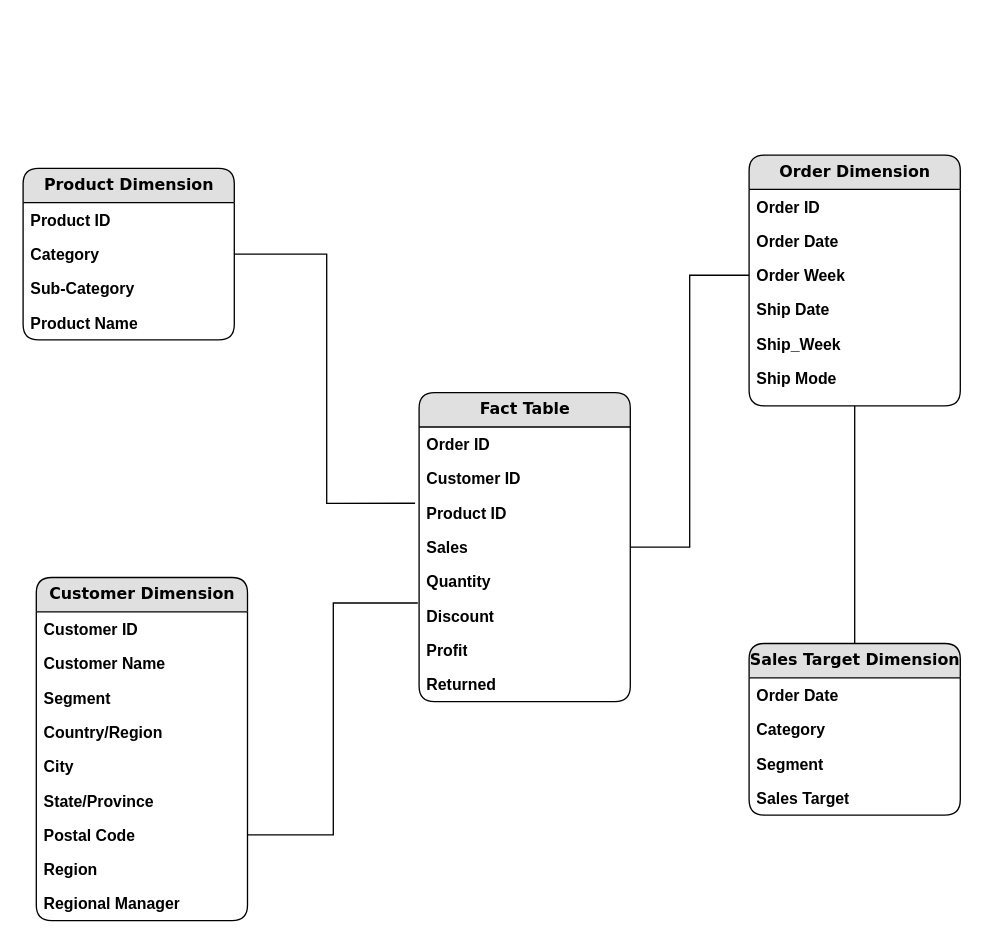
Earlier version of the draw.io diagram MIS/StarSchema.drawio (Lazarus-GS/Draw.io-Works). Source tidied: cells renumbered, new cells numbered last; positions are measured from the earlier drawing's top-left corner, leaving out a move shared by most shapes. Both pictures are drawn from the tidied source at 132%, with x=0, y=0 at pixel (22, 154).
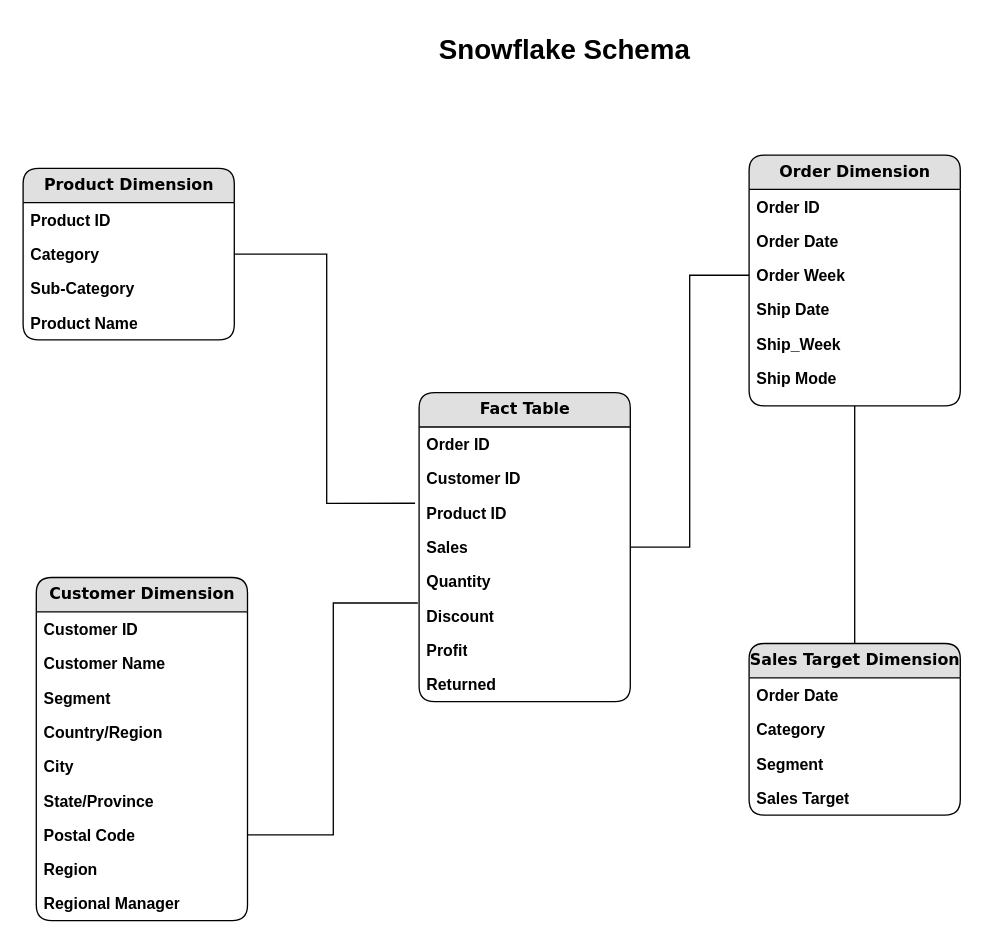
After the change.

What changed in the source:
```diff
@@
+    <mxCell id="42" value="&lt;b&gt;&lt;font style=&quot;font-size: 21px;&quot;&gt;Snowflake Schema&lt;/font&gt;&lt;/b&gt;" style="text;html=1;align=center;verticalAlign=middle;strokeColor=none;fillColor=none;" parent="1" vertex="1">
+      <mxGeometry x="305" y="-100" width="210" height="40" as="geometry" />
+    </mxCell>
```
